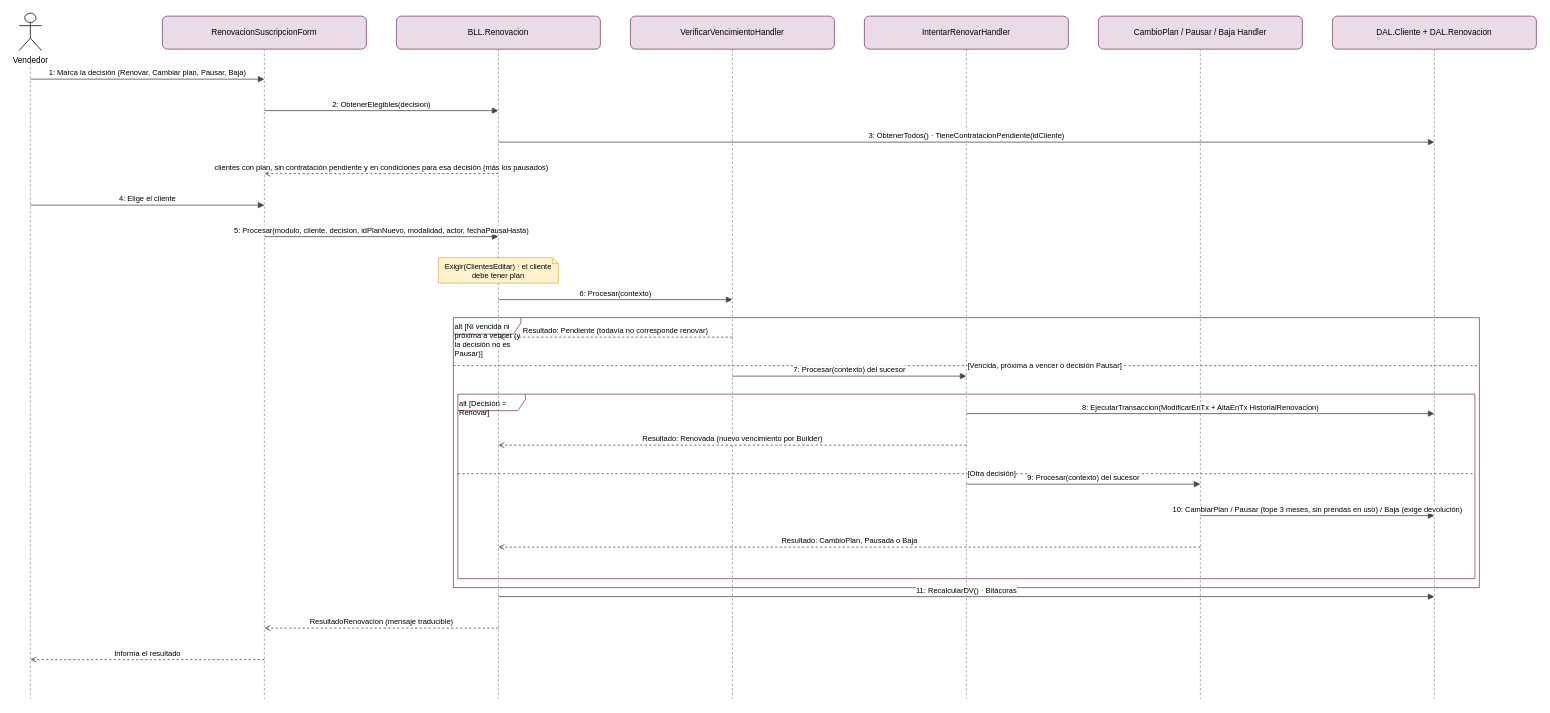
The draw.io diagram docs/diagramas/drawio/DSS_N01_CU02_RenovarSuscripcion.drawio in valentinamorana/Trabajo-de-Diploma, before the edit. Source tidied: cells renumbered, new cells numbered last; positions are measured from the earlier drawing's top-left corner, leaving out a move shared by most shapes. Both pictures are drawn from the tidied source at 75%, with x=0, y=0 at pixel (19, 13).
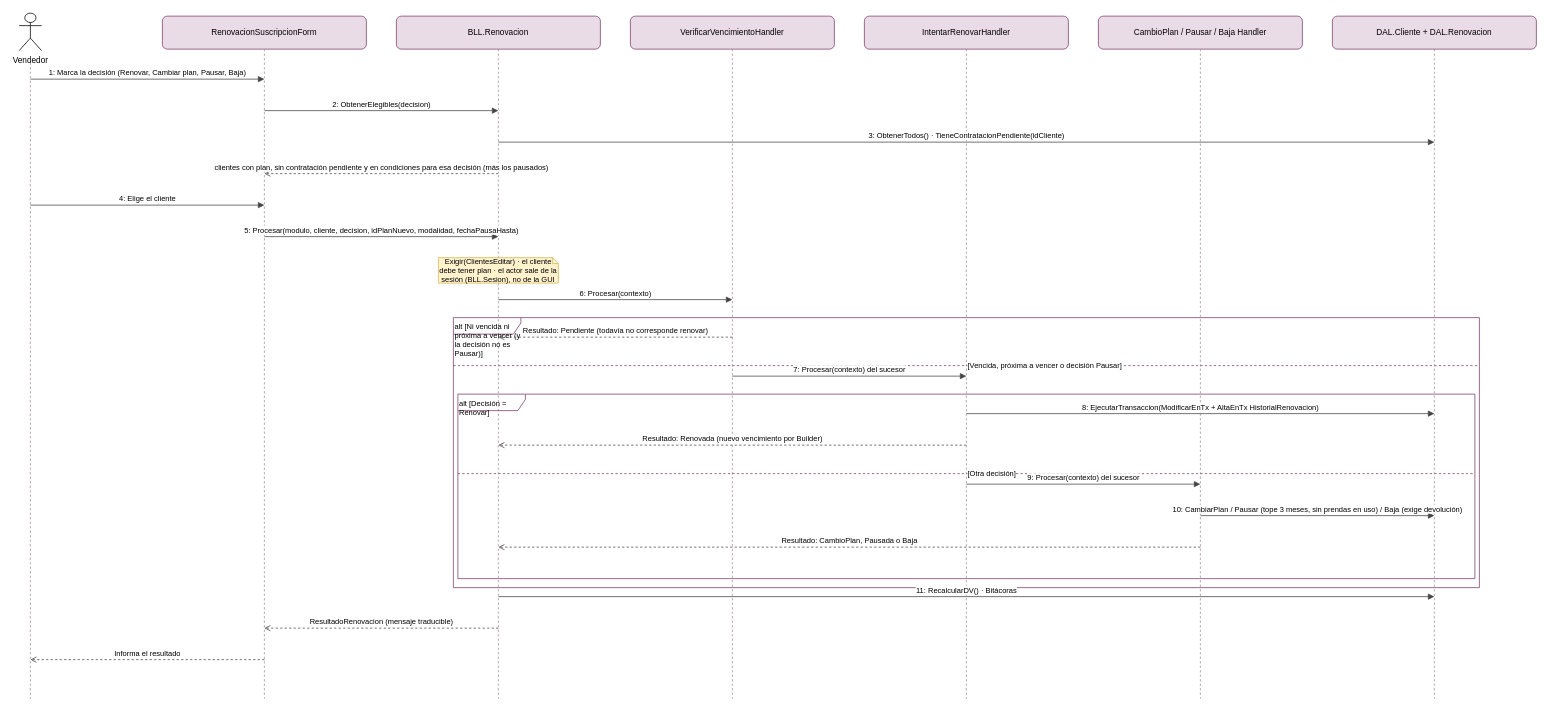
Above is the later version.

Change to the diagram source:
```diff
@@
-    <mxCell id="20" value="Exigir(ClientesEditar) · el cliente debe tener plan" style="shape=note;whiteSpace=wrap;html=1;fillColor=#FFF2CC;strokeColor=#d6b656;fontSize=10;size=8;" parent="1" vertex="1">
+    <mxCell id="20" value="Exigir(ClientesEditar) · el cliente debe tener plan · el actor sale de la sesión (BLL.Sesion), no de la GUI" style="shape=note;whiteSpace=wrap;html=1;fillColor=#FFF2CC;strokeColor=#d6b656;fontSize=10;size=8;" parent="1" vertex="1">
       <mxGeometry x="559" y="326" width="160" height="34" as="geometry" />
     </mxCell>
@@
-    <mxCell id="26" value="5: Procesar(modulo, cliente, decision, idPlanNuevo, modalidad, actor, fechaPausaHasta)" style="html=1;verticalAlign=bottom;endArrow=block;endFill=1;fontSize=10;strokeColor=#444;" parent="1" edge="1">
+    <mxCell id="26" value="5: Procesar(modulo, cliente, decision, idPlanNuevo, modalidad, fechaPausaHasta)" style="html=1;verticalAlign=bottom;endArrow=block;endFill=1;fontSize=10;strokeColor=#444;" parent="1" edge="1">
       <mxGeometry relative="1" as="geometry">
         <mxPoint x="327" y="298" as="sourcePoint" />
         <mxPoint x="639" y="298" as="targetPoint" />
       </mxGeometry>
     </mxCell>
```
